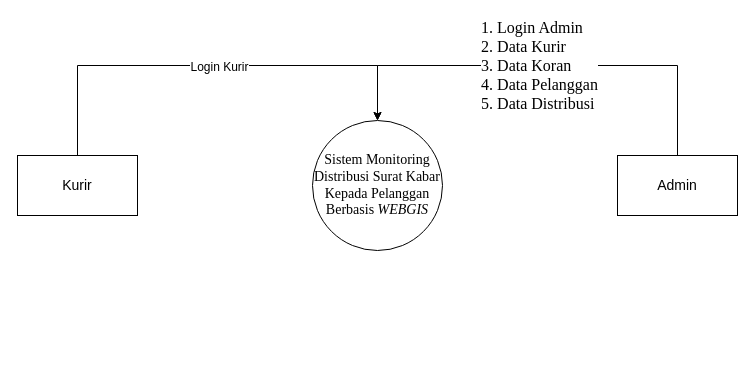
Before: Diagram Tanpa Judul.drawio in kritimauludin/rb-location-tracker-design, a draw.io diagram. Source tidied: cells renumbered, new cells numbered last; positions are measured from the earlier drawing's top-left corner, leaving out a move shared by most shapes. Both pictures are drawn from the tidied source at 100%, with x=0, y=0 at pixel (17, 65).
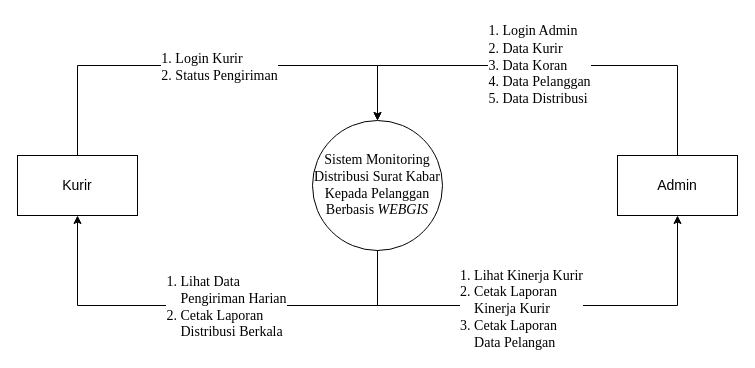
The same diagram, later.

The change refers to these unchanged cells:
```xml
<mxCell id="2" value="&lt;font style=&quot;font-size: 14px;&quot; face=&quot;Times New Roman&quot;&gt;Sistem Monitoring Distribusi Surat Kabar Kepada Pelanggan Berbasis &lt;i style=&quot;&quot;&gt;WEBGIS&lt;/i&gt;&lt;/font&gt;" style="ellipse;whiteSpace=wrap;html=1;" parent="1" vertex="1">
  <mxGeometry x="295" y="55" width="130" height="130" as="geometry" />
</mxCell>
<mxCell id="3" value="&lt;font style=&quot;font-size: 14px;&quot;&gt;Admin&lt;/font&gt;" style="rounded=0;whiteSpace=wrap;html=1;" parent="1" vertex="1">
  <mxGeometry x="600" y="90" width="120" height="60" as="geometry" />
</mxCell>
<mxCell id="4" value="&lt;font style=&quot;font-size: 14px;&quot;&gt;Kurir&lt;/font&gt;" style="rounded=0;whiteSpace=wrap;html=1;" parent="1" vertex="1">
  <mxGeometry y="90" width="120" height="60" as="geometry" />
</mxCell>
<mxCell id="5" style="endArrow=classic;html=1;rounded=0;exitX=0.5;exitY=0;exitDx=0;exitDy=0;entryX=0.5;entryY=0;entryDx=0;entryDy=0;" parent="1" edge="1" source="4" target="2">
  <mxGeometry relative="1" as="geometry">
    <Array as="points">
      <mxPoint x="60" />
      <mxPoint x="360" />
    </Array>
  </mxGeometry>
</mxCell>
<mxCell id="7" style="endArrow=classic;html=1;rounded=0;exitX=0.5;exitY=0;exitDx=0;exitDy=0;entryX=0.5;entryY=0;entryDx=0;entryDy=0;" parent="1" edge="1" source="3" target="2">
  <mxGeometry relative="1" as="geometry">
    <Array as="points">
      <mxPoint x="660" />
      <mxPoint x="360" />
    </Array>
  </mxGeometry>
</mxCell>
```

Change to the diagram source:
```diff
@@
-    <mxCell id="6" value="&lt;font style=&quot;font-size: 12px;&quot;&gt;Login Kurir&lt;/font&gt;" style="edgeLabel;html=1;align=center;verticalAlign=middle;" parent="5" vertex="1">
+    <mxCell id="6" value="&lt;div style=&quot;text-align: justify;&quot;&gt;&lt;span style=&quot;font-size: 14px; font-family: &amp;quot;Times New Roman&amp;quot;;&quot;&gt;1. Login Kurir&lt;/span&gt;&lt;/div&gt;&lt;font style=&quot;font-size: 14px;&quot; face=&quot;Times New Roman&quot;&gt;&lt;div style=&quot;text-align: justify;&quot;&gt;2. Status Pengiriman&lt;/div&gt;&lt;/font&gt;" style="edgeLabel;html=1;align=center;verticalAlign=middle;" parent="5" vertex="1">
       <mxGeometry x="0.04" y="-1" relative="1" as="geometry" />
     </mxCell>
@@
-    <mxCell id="8" value="&lt;div style=&quot;text-align: justify;&quot;&gt;&lt;span style=&quot;font-family: &amp;quot;Times New Roman&amp;quot;; font-size: medium;&quot;&gt;1. Login Admin&lt;/span&gt;&lt;/div&gt;&lt;div style=&quot;text-align: justify;&quot;&gt;&lt;span style=&quot;font-family: &amp;quot;Times New Roman&amp;quot;; font-size: medium;&quot;&gt;2. Data Kurir&lt;/span&gt;&lt;br&gt;&lt;/div&gt;&lt;div style=&quot;text-align: justify;&quot;&gt;&lt;font face=&quot;Times New Roman&quot; size=&quot;3&quot;&gt;3. Data Koran&lt;/font&gt;&lt;/div&gt;&lt;div style=&quot;text-align: justify;&quot;&gt;&lt;font face=&quot;Times New Roman&quot; size=&quot;3&quot;&gt;4. Data Pelanggan&lt;/font&gt;&lt;/div&gt;&lt;div style=&quot;text-align: justify;&quot;&gt;&lt;font face=&quot;Times New Roman&quot; size=&quot;3&quot;&gt;5. Data Distribusi&lt;/font&gt;&lt;/div&gt;" style="edgeLabel;html=1;align=center;verticalAlign=middle;" parent="7" vertex="1">
+    <mxCell id="8" value="&lt;div style=&quot;text-align: justify;&quot;&gt;&lt;span style=&quot;font-family: &amp;quot;Times New Roman&amp;quot;;&quot;&gt;&lt;font style=&quot;font-size: 14px;&quot;&gt;1. Login Admin&lt;/font&gt;&lt;/span&gt;&lt;/div&gt;&lt;div style=&quot;text-align: justify;&quot;&gt;&lt;font style=&quot;font-size: 14px;&quot;&gt;&lt;span style=&quot;font-family: &amp;quot;Times New Roman&amp;quot;;&quot;&gt;2.&lt;/span&gt;&lt;span style=&quot;font-family: &amp;quot;Times New Roman&amp;quot;;&quot;&gt;&lt;font style=&quot;&quot;&gt; Data Kurir&lt;/font&gt;&lt;/span&gt;&lt;br&gt;&lt;/font&gt;&lt;/div&gt;&lt;div style=&quot;text-align: justify;&quot;&gt;&lt;font style=&quot;font-size: 14px;&quot; face=&quot;Times New Roman&quot;&gt;3. Data Koran&lt;/font&gt;&lt;/div&gt;&lt;div style=&quot;text-align: justify;&quot;&gt;&lt;font style=&quot;font-size: 14px;&quot; face=&quot;Times New Roman&quot;&gt;4. Data Pelanggan&lt;/font&gt;&lt;/div&gt;&lt;div style=&quot;text-align: justify;&quot;&gt;&lt;font style=&quot;font-size: 14px;&quot; face=&quot;Times New Roman&quot;&gt;5. Data Distribusi&lt;/font&gt;&lt;/div&gt;" style="edgeLabel;html=1;align=center;verticalAlign=middle;" parent="7" vertex="1">
       <mxGeometry x="0.03" y="-1" relative="1" as="geometry" />
     </mxCell>
+    <mxCell id="9" style="endArrow=classic;html=1;rounded=0;entryX=0.5;entryY=1;entryDx=0;entryDy=0;exitX=0.5;exitY=1;exitDx=0;exitDy=0;" parent="1" edge="1" source="2" target="4">
+      <mxGeometry relative="1" as="geometry">
+        <Array as="points">
+          <mxPoint x="360" y="240" />
+          <mxPoint x="60" y="240" />
+        </Array>
+      </mxGeometry>
+    </mxCell>
+    <mxCell id="10" value="&lt;div style=&quot;text-align: justify;&quot;&gt;&lt;span style=&quot;font-size: 14px; font-family: &amp;quot;Times New Roman&amp;quot;;&quot;&gt;1. Lihat Data&lt;/span&gt;&lt;/div&gt;&lt;font style=&quot;font-size: 14px;&quot; face=&quot;Times New Roman&quot;&gt;&lt;div style=&quot;text-align: justify;&quot;&gt;&amp;nbsp; &amp;nbsp; Pengiriman Harian&lt;/div&gt;&lt;div style=&quot;text-align: justify;&quot;&gt;2. Cetak Laporan&lt;/div&gt;&lt;div style=&quot;text-align: justify;&quot;&gt;&amp;nbsp; &amp;nbsp; Distribusi Berkala&lt;/div&gt;&lt;/font&gt;" style="edgeLabel;html=1;align=center;verticalAlign=middle;" parent="9" vertex="1">
+      <mxGeometry x="-0.07" y="1" relative="1" as="geometry" />
+    </mxCell>
+    <mxCell id="11" style="endArrow=classic;html=1;rounded=0;entryX=0.5;entryY=1;entryDx=0;entryDy=0;exitX=0.5;exitY=1;exitDx=0;exitDy=0;" parent="1" edge="1" source="2" target="3">
+      <mxGeometry relative="1" as="geometry">
+        <Array as="points">
+          <mxPoint x="360" y="240" />
+          <mxPoint x="660" y="240" />
+        </Array>
+      </mxGeometry>
+    </mxCell>
+    <mxCell id="12" value="&lt;div style=&quot;text-align: justify;&quot;&gt;&lt;span style=&quot;font-size: 14px; font-family: &amp;quot;Times New Roman&amp;quot;;&quot;&gt;1. Lihat Kinerja Kurir&lt;/span&gt;&lt;/div&gt;&lt;div style=&quot;text-align: justify;&quot;&gt;&lt;span style=&quot;font-size: 14px; font-family: &amp;quot;Times New Roman&amp;quot;;&quot;&gt;2. Cetak Laporan&amp;nbsp;&lt;/span&gt;&lt;/div&gt;&lt;div style=&quot;text-align: justify;&quot;&gt;&lt;span style=&quot;font-size: 14px; font-family: &amp;quot;Times New Roman&amp;quot;;&quot;&gt;&amp;nbsp; &amp;nbsp; Kinerja Kurir&lt;/span&gt;&lt;/div&gt;&lt;div style=&quot;text-align: justify;&quot;&gt;&lt;span style=&quot;font-size: 14px; font-family: &amp;quot;Times New Roman&amp;quot;;&quot;&gt;3. Cetak Laporan&amp;nbsp;&lt;/span&gt;&lt;/div&gt;&lt;div style=&quot;text-align: justify;&quot;&gt;&lt;span style=&quot;font-size: 14px; font-family: &amp;quot;Times New Roman&amp;quot;;&quot;&gt;&amp;nbsp; &amp;nbsp; Data Pelangan&lt;/span&gt;&lt;/div&gt;" style="edgeLabel;html=1;align=center;verticalAlign=middle;" parent="11" vertex="1">
+      <mxGeometry x="-0.11" y="-2" relative="1" as="geometry">
+        <mxPoint y="1" as="offset" />
+      </mxGeometry>
+    </mxCell>
```
